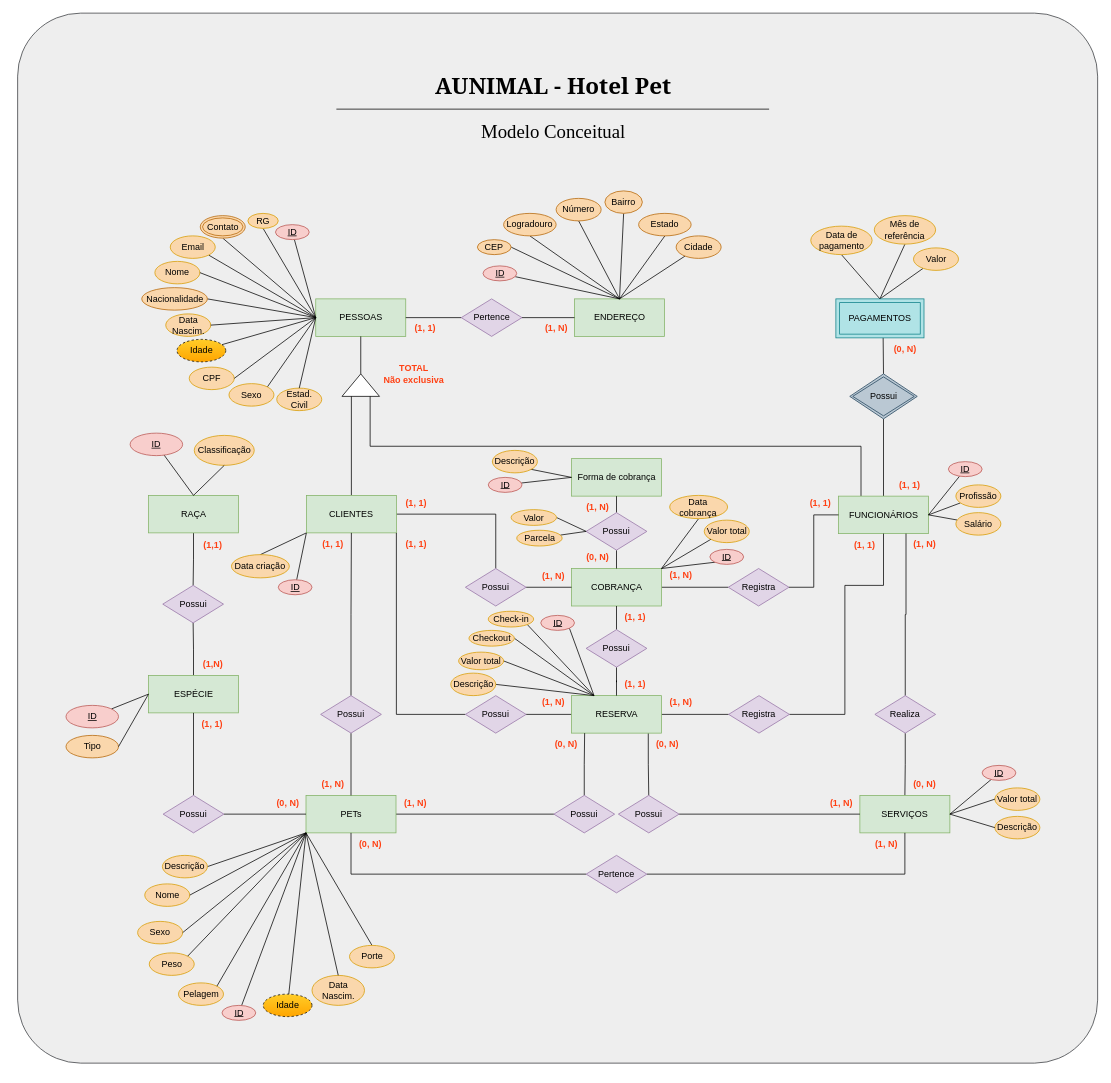
This is Aunimal_MC.drawio from josielqrozjr/Project-BD-Aunimal, a draw.io file, before an edit. Source tidied: cells renumbered, new cells numbered last; positions are measured from the earlier drawing's top-left corner, leaving out a move shared by most shapes. Both pictures are drawn from the tidied source at 75%, with x=0, y=0 at pixel (17, 13).
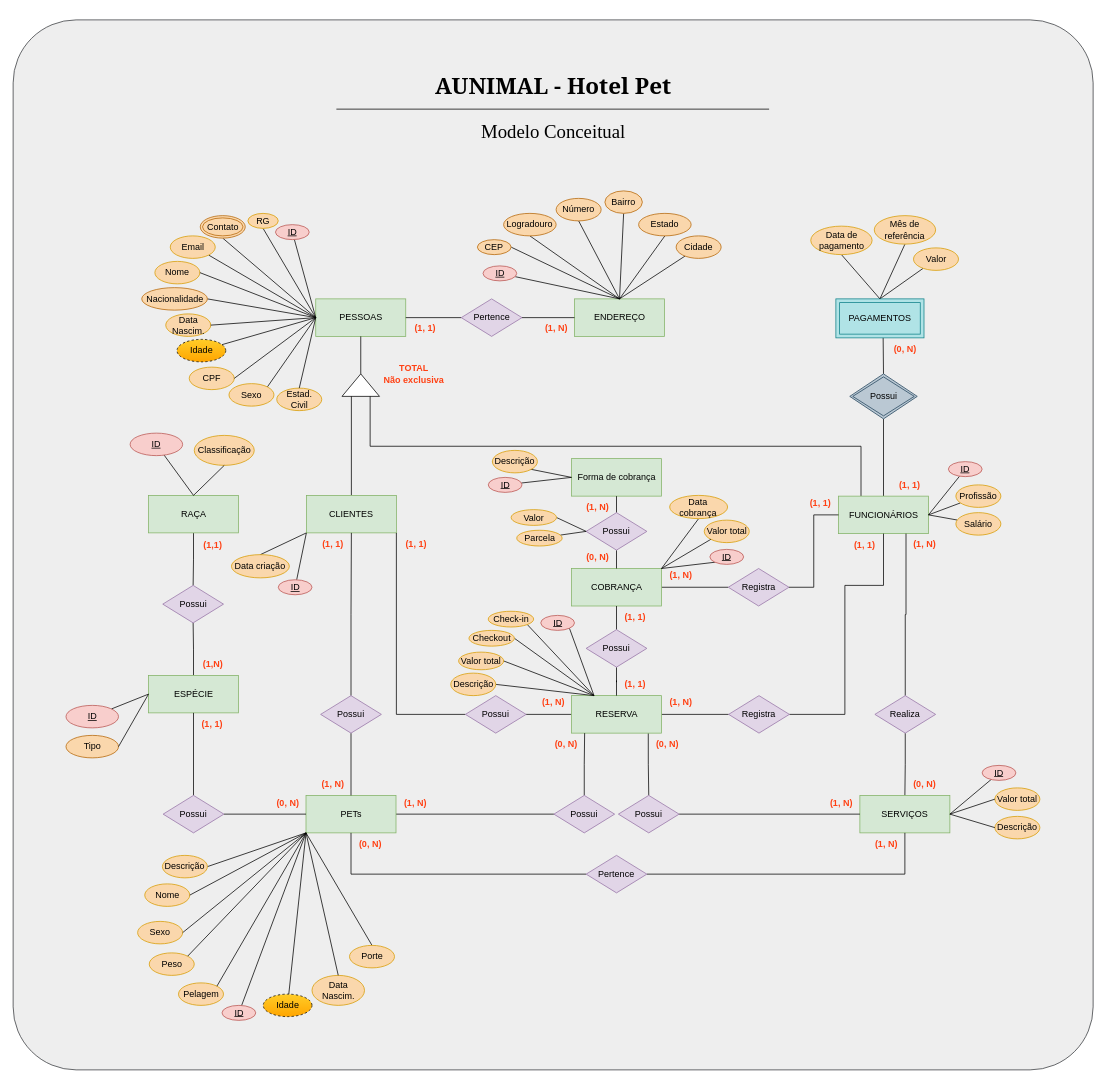
After the change.

The change refers to these unchanged cells:
```xml
<mxCell id="43" value="CLIENTES" style="rounded=0;whiteSpace=wrap;html=1;fillColor=#d5e8d4;strokeColor=#82b366;" parent="1" vertex="1">
  <mxGeometry x="385" y="643" width="120" height="50" as="geometry" />
</mxCell>
<mxCell id="85" value="COBRANÇA" style="rounded=0;whiteSpace=wrap;html=1;fillColor=#d5e8d4;strokeColor=#82b366;" parent="1" vertex="1">
  <mxGeometry x="738.5" y="740.5" width="120" height="50" as="geometry" />
</mxCell>
```

The edit, as a diff of the source:
```diff
@@
     <mxCell id="2" style="rounded=1;whiteSpace=wrap;html=1;glass=0;arcSize=6;fillColor=#eeeeee;strokeColor=#36393d;" parent="1" vertex="1">
-      <mxGeometry width="1440" height="1400" as="geometry" />
+      <mxGeometry x="-6" y="9" width="1440" height="1400" as="geometry" />
     </mxCell>
@@
-    <mxCell id="41" style="edgeStyle=orthogonalEdgeStyle;rounded=0;jettySize=auto;html=1;exitX=1;exitY=0.5;exitDx=0;exitDy=0;entryX=0.5;entryY=0;entryDx=0;entryDy=0;endArrow=none;endFill=0;" parent="1" edge="1" source="43" target="125">
-      <mxGeometry relative="1" as="geometry" />
-    </mxCell>
@@
-    <mxCell id="104" style="edgeStyle=orthogonalEdgeStyle;rounded=0;jettySize=auto;html=1;exitX=1;exitY=0.5;exitDx=0;exitDy=0;endArrow=none;endFill=0;" parent="1" edge="1" source="125" target="85">
-      <mxGeometry relative="1" as="geometry" />
-    </mxCell>
@@
-    <mxCell id="125" value="Possui" style="rhombus;whiteSpace=wrap;html=1;fillColor=#e1d5e7;strokeColor=#9673a6;" parent="1" vertex="1">
-      <mxGeometry x="597" y="740.5" width="81" height="50" as="geometry" />
-    </mxCell>
@@
-    <mxCell id="177" value="&lt;font color=&quot;#ff4013&quot;&gt;(1, N)&lt;/font&gt;" style="text;html=1;align=center;verticalAlign=middle;strokeColor=none;fillColor=none;fontStyle=1;" parent="1" vertex="1">
-      <mxGeometry x="688.5" y="736" width="50" height="30" as="geometry" />
-    </mxCell>
-    <mxCell id="178" value="&lt;font color=&quot;#ff4013&quot;&gt;(1, 1)&lt;/font&gt;" style="text;html=1;align=center;verticalAlign=middle;strokeColor=none;fillColor=none;fontStyle=1;" parent="1" vertex="1">
-      <mxGeometry x="505.5" y="638" width="50" height="30" as="geometry" />
-    </mxCell>
```
